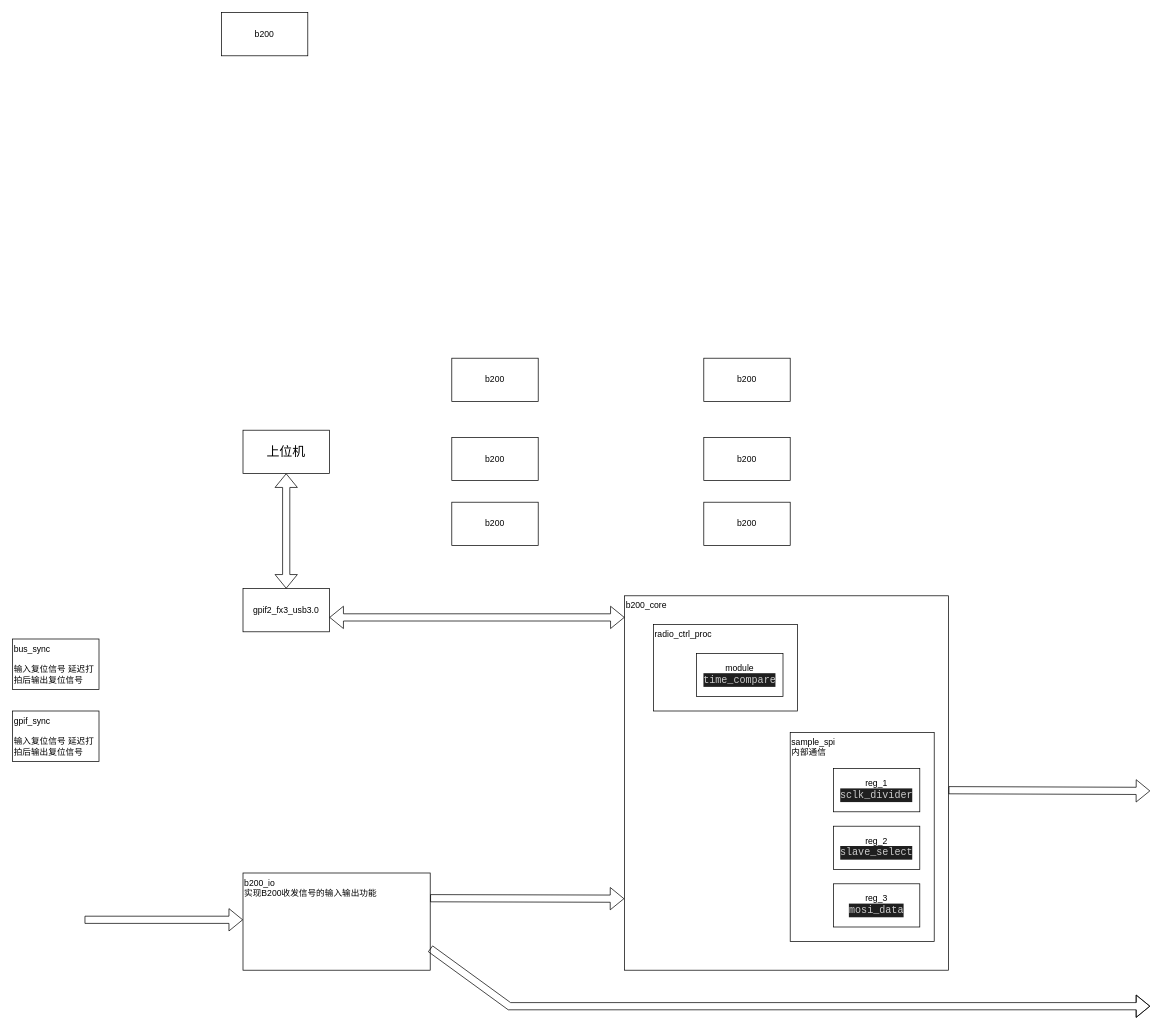
Before: b210.drawio in Africanuncle/quhao, a draw.io diagram. Source tidied: cells renumbered, new cells numbered last; positions are measured from the earlier drawing's top-left corner, leaving out a move shared by most shapes. Both pictures are drawn from the tidied source at 72%, with x=0, y=0 at pixel (12, 12).
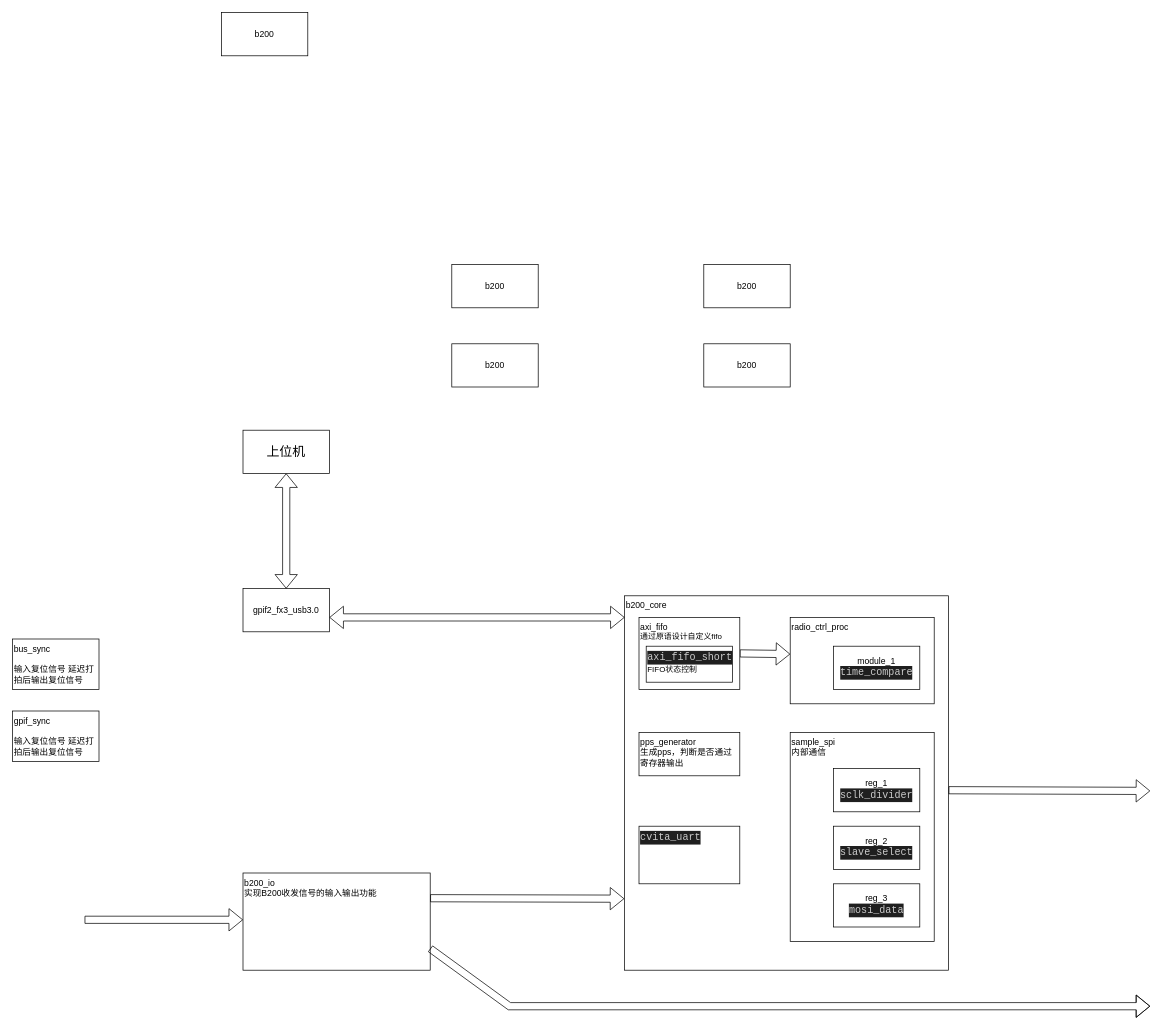
Above is the later version.

Change to the diagram source:
```diff
@@
     <mxCell id="4" value="b200" style="rounded=0;whiteSpace=wrap;html=1;" parent="1" vertex="1">
-      <mxGeometry x="610" y="480" width="120" height="60" as="geometry" />
+      <mxGeometry x="610" y="350" width="120" height="60" as="geometry" />
     </mxCell>
@@
     <mxCell id="7" style="group;" parent="1" vertex="1">
-      <mxGeometry x="890" y="850" width="200" height="120" as="geometry" />
+      <mxGeometry x="1080" y="840" width="200" height="120" as="geometry" />
     </mxCell>
-    <mxCell id="8" value="radio_ctrl_proc" style="rounded=0;whiteSpace=wrap;html=1;verticalAlign=top;align=left;" parent="7" vertex="1">
+    <mxCell id="8" value="radio_ctrl_proc&lt;br&gt;" style="rounded=0;whiteSpace=wrap;html=1;verticalAlign=top;align=left;" parent="7" vertex="1">
       <mxGeometry width="200" height="120" as="geometry" />
     </mxCell>
-    <mxCell id="9" value="module&lt;br&gt;&lt;div style=&quot;color: rgb(204, 204, 204); background-color: rgb(31, 31, 31); font-family: Consolas, &amp;quot;Courier New&amp;quot;, monospace; font-size: 14px; line-height: 19px;&quot;&gt;&lt;div style=&quot;line-height: 19px;&quot;&gt;time_compare&lt;/div&gt;&lt;/div&gt;" style="rounded=0;whiteSpace=wrap;html=1;" parent="7" vertex="1">
+    <mxCell id="9" value="module_1&lt;br&gt;&lt;div style=&quot;color: rgb(204, 204, 204); background-color: rgb(31, 31, 31); font-family: Consolas, &amp;quot;Courier New&amp;quot;, monospace; font-size: 14px; line-height: 19px;&quot;&gt;&lt;div style=&quot;line-height: 19px;&quot;&gt;time_compare&lt;/div&gt;&lt;/div&gt;" style="rounded=0;whiteSpace=wrap;html=1;" parent="7" vertex="1">
       <mxGeometry x="60" y="40" width="120" height="60" as="geometry" />
     </mxCell>
+    <mxCell id="30" style="shape=flexArrow;endArrow=classic;html=1;rounded=0;" parent="7" edge="1">
+      <mxGeometry relative="1" as="geometry">
+        <mxPoint x="-70" y="50" as="sourcePoint" />
+        <mxPoint y="51" as="targetPoint" />
+      </mxGeometry>
+    </mxCell>
@@
     <mxCell id="23" value="b200" style="rounded=0;whiteSpace=wrap;html=1;" parent="1" vertex="1">
-      <mxGeometry x="960" y="480" width="120" height="60" as="geometry" />
+      <mxGeometry x="960" y="350" width="120" height="60" as="geometry" />
     </mxCell>
     <mxCell id="24" value="b200" style="rounded=0;whiteSpace=wrap;html=1;" parent="1" vertex="1">
-      <mxGeometry x="960" y="590" width="120" height="60" as="geometry" />
+      <mxGeometry x="960" y="460" width="120" height="60" as="geometry" />
     </mxCell>
     <mxCell id="25" value="b200" style="rounded=0;whiteSpace=wrap;html=1;" parent="1" vertex="1">
-      <mxGeometry x="610" y="590" width="120" height="60" as="geometry" />
+      <mxGeometry x="610" y="460" width="120" height="60" as="geometry" />
     </mxCell>
-    <mxCell id="26" value="b200" style="rounded=0;whiteSpace=wrap;html=1;" parent="1" vertex="1">
-      <mxGeometry x="610" y="680" width="120" height="60" as="geometry" />
+    <mxCell id="26" value="&lt;div style=&quot;color: rgb(204, 204, 204); background-color: rgb(31, 31, 31); font-family: Consolas, &amp;quot;Courier New&amp;quot;, monospace; font-size: 14px; line-height: 19px;&quot;&gt;cvita_uart&lt;/div&gt;" style="rounded=0;whiteSpace=wrap;html=1;align=left;verticalAlign=top;" parent="1" vertex="1">
+      <mxGeometry x="870" y="1130" width="140" height="80" as="geometry" />
     </mxCell>
-    <mxCell id="27" value="b200" style="rounded=0;whiteSpace=wrap;html=1;" parent="1" vertex="1">
-      <mxGeometry x="960" y="680" width="120" height="60" as="geometry" />
+    <mxCell id="27" value="&lt;div style=&quot;&quot;&gt;&lt;span style=&quot;background-color: initial;&quot;&gt;pps_generator&lt;/span&gt;&lt;/div&gt;&lt;div style=&quot;&quot;&gt;生成pps，判断是否通过寄存器输出&lt;/div&gt;" style="rounded=0;whiteSpace=wrap;html=1;verticalAlign=top;align=left;" parent="1" vertex="1">
+      <mxGeometry x="870" y="1000" width="140" height="60" as="geometry" />
     </mxCell>
@@
+    <mxCell id="31" style="group;" parent="1" vertex="1">
+      <mxGeometry x="870" y="840" width="140" height="100" as="geometry" />
+    </mxCell>
+    <mxCell id="32" value="&lt;div style=&quot;&quot;&gt;axi_fifo&lt;/div&gt;&lt;div style=&quot;font-size: 11px;&quot;&gt;通过原语设计自定义fifo&lt;/div&gt;" style="rounded=0;whiteSpace=wrap;html=1;verticalAlign=top;align=left;" parent="31" vertex="1">
+      <mxGeometry width="140" height="100" as="geometry" />
+    </mxCell>
+    <mxCell id="33" value="&lt;div style=&quot;&quot;&gt;&lt;div style=&quot;color: rgb(204, 204, 204); background-color: rgb(31, 31, 31); font-family: Consolas, &amp;quot;Courier New&amp;quot;, monospace; font-size: 14px; line-height: 19px;&quot;&gt;axi_fifo_short&lt;/div&gt;&lt;/div&gt;&lt;div style=&quot;font-size: 11px;&quot;&gt;FIFO状态控制&lt;/div&gt;" style="rounded=0;whiteSpace=wrap;html=1;verticalAlign=top;align=left;" parent="31" vertex="1">
+      <mxGeometry x="10" y="40" width="120" height="50" as="geometry" />
+    </mxCell>
```
